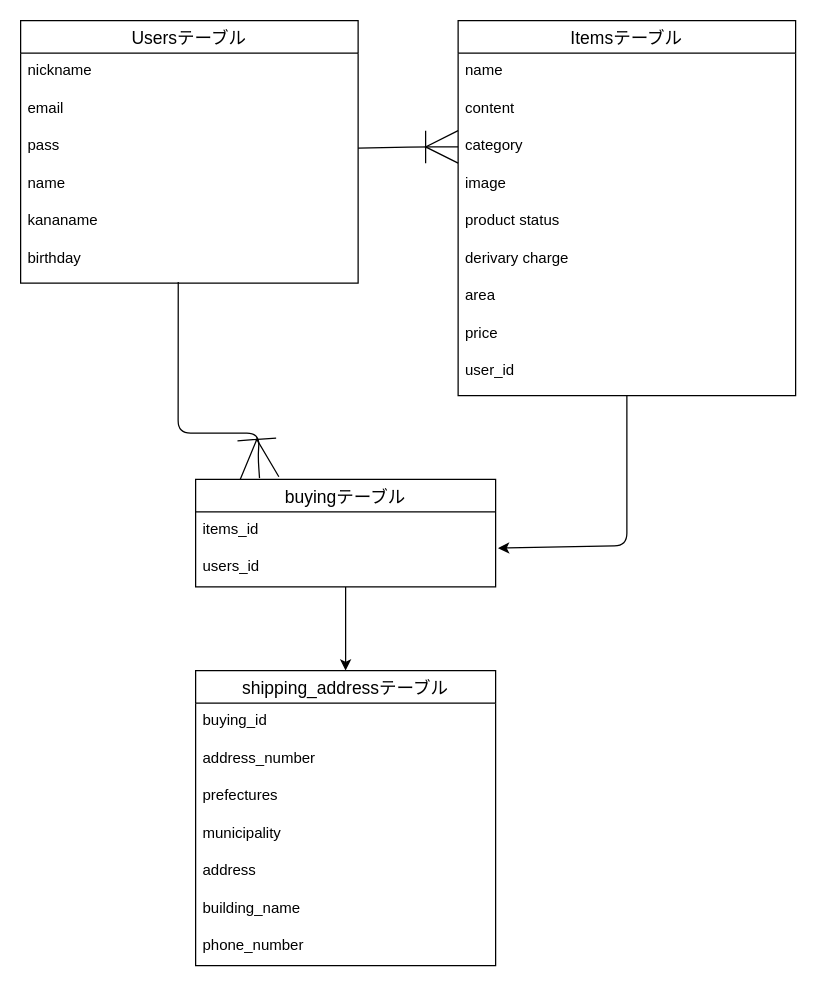
This is test.dio from yuukimatsuyama/furima-37943, a draw.io file, before an edit. Source tidied: cells renumbered, new cells numbered last; positions are measured from the earlier drawing's top-left corner, leaving out a move shared by most shapes. Both pictures are drawn from the tidied source at 125%, with x=0, y=0 at pixel (20, 20).
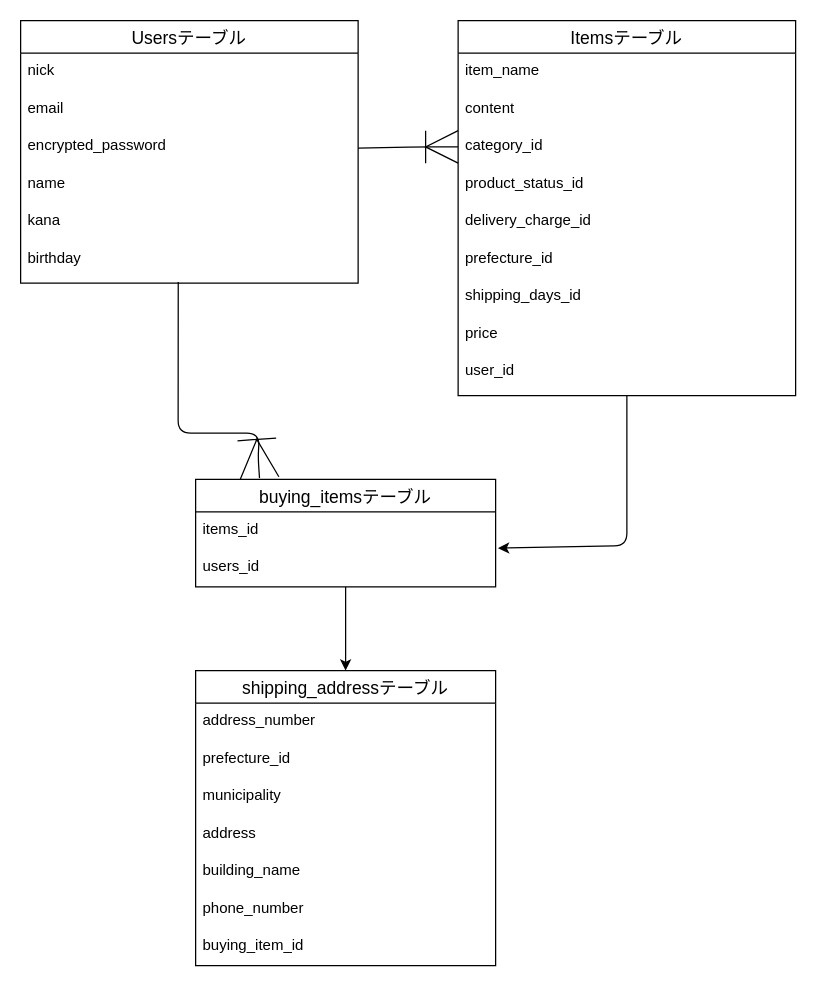
After the change.

Commit message (it also covers changes not shown here):
データベース設計(修正)

データベース設計の再提出

Unchanged cells that the change refers to:
```xml
<mxCell id="3" value="Usersテーブル" style="swimlane;fontStyle=0;horizontal=1;startSize=26;align=center;fontSize=14;" parent="1" vertex="1">
  <mxGeometry width="270" height="210" as="geometry" />
</mxCell>
<mxCell id="10" value="Itemsテーブル" style="swimlane;fontStyle=0;horizontal=1;startSize=26;align=center;fontSize=14;" parent="1" vertex="1">
  <mxGeometry x="350" width="270" height="300" as="geometry" />
</mxCell>
<mxCell id="25" value="shipping_addressテーブル" style="swimlane;fontStyle=0;horizontal=1;startSize=26;align=center;fontSize=14;" parent="1" vertex="1">
  <mxGeometry x="140" y="520" width="240" height="236" as="geometry" />
</mxCell>
```

What changed in the source:
```diff
@@
-    <mxCell id="4" value="nickname" style="text;strokeColor=none;fillColor=none;spacingLeft=4;spacingRight=4;overflow=hidden;fontSize=12;" parent="3" vertex="1">
+    <mxCell id="4" value="nick" style="text;strokeColor=none;fillColor=none;spacingLeft=4;spacingRight=4;overflow=hidden;fontSize=12;" parent="3" vertex="1">
       <mxGeometry y="26" width="270" height="30" as="geometry" />
     </mxCell>
@@
-    <mxCell id="6" value="pass" style="text;strokeColor=none;fillColor=none;spacingLeft=4;spacingRight=4;overflow=hidden;fontSize=12;" parent="3" vertex="1">
+    <mxCell id="6" value="encrypted_password" style="text;strokeColor=none;fillColor=none;spacingLeft=4;spacingRight=4;overflow=hidden;fontSize=12;" parent="3" vertex="1">
       <mxGeometry y="86" width="270" height="30" as="geometry" />
     </mxCell>
@@
-    <mxCell id="8" value="kananame" style="text;strokeColor=none;fillColor=none;spacingLeft=4;spacingRight=4;overflow=hidden;fontSize=12;" parent="3" vertex="1">
+    <mxCell id="8" value="kana" style="text;strokeColor=none;fillColor=none;spacingLeft=4;spacingRight=4;overflow=hidden;fontSize=12;" parent="3" vertex="1">
       <mxGeometry y="146" width="270" height="30" as="geometry" />
     </mxCell>
@@
-    <mxCell id="11" value="name" style="text;strokeColor=none;fillColor=none;spacingLeft=4;spacingRight=4;overflow=hidden;fontSize=12;" parent="10" vertex="1">
+    <mxCell id="11" value="item_name" style="text;strokeColor=none;fillColor=none;spacingLeft=4;spacingRight=4;overflow=hidden;fontSize=12;" parent="10" vertex="1">
       <mxGeometry y="26" width="270" height="30" as="geometry" />
     </mxCell>
@@
-    <mxCell id="13" value="category" style="text;strokeColor=none;fillColor=none;spacingLeft=4;spacingRight=4;overflow=hidden;points=[[0,0.5],[1,0.5]];portConstraint=eastwest;fontSize=12;" parent="10" vertex="1">
+    <mxCell id="13" value="category_id" style="text;strokeColor=none;fillColor=none;spacingLeft=4;spacingRight=4;overflow=hidden;points=[[0,0.5],[1,0.5]];portConstraint=eastwest;fontSize=12;" parent="10" vertex="1">
       <mxGeometry y="86" width="270" height="30" as="geometry" />
     </mxCell>
-    <mxCell id="14" value="image" style="text;strokeColor=none;fillColor=none;spacingLeft=4;spacingRight=4;overflow=hidden;fontSize=12;" parent="10" vertex="1">
-      <mxGeometry y="116" width="270" height="30" as="geometry" />
-    </mxCell>
-    <mxCell id="15" value="product status" style="text;strokeColor=none;fillColor=none;spacingLeft=4;spacingRight=4;overflow=hidden;fontSize=12;" parent="10" vertex="1">
-      <mxGeometry y="146" width="270" height="30" as="geometry" />
+    <mxCell id="15" value="product_status_id" style="text;strokeColor=none;fillColor=none;spacingLeft=4;spacingRight=4;overflow=hidden;fontSize=12;" parent="10" vertex="1">
+      <mxGeometry y="116" width="270" height="30" as="geometry" />
     </mxCell>
-    <mxCell id="16" value="derivary charge" style="text;strokeColor=none;fillColor=none;spacingLeft=4;spacingRight=4;overflow=hidden;fontSize=12;" parent="10" vertex="1">
-      <mxGeometry y="176" width="270" height="30" as="geometry" />
+    <mxCell id="16" value="delivery_charge_id" style="text;strokeColor=none;fillColor=none;spacingLeft=4;spacingRight=4;overflow=hidden;fontSize=12;" parent="10" vertex="1">
+      <mxGeometry y="146" width="270" height="30" as="geometry" />
     </mxCell>
-    <mxCell id="17" value="area" style="text;strokeColor=none;fillColor=none;spacingLeft=4;spacingRight=4;overflow=hidden;fontSize=12;" parent="10" vertex="1">
-      <mxGeometry y="206" width="270" height="30" as="geometry" />
+    <mxCell id="17" value="prefecture_id" style="text;strokeColor=none;fillColor=none;spacingLeft=4;spacingRight=4;overflow=hidden;fontSize=12;" parent="10" vertex="1">
+      <mxGeometry y="176" width="270" height="30" as="geometry" />
     </mxCell>
+    <mxCell id="34" value="shipping_days_id" style="text;strokeColor=none;fillColor=none;spacingLeft=4;spacingRight=4;overflow=hidden;fontSize=12;" parent="10" vertex="1">
+      <mxGeometry y="206" width="270" height="30" as="geometry" />
+    </mxCell>
@@
-    <mxCell id="20" value="buyingテーブル" style="swimlane;fontStyle=0;horizontal=1;startSize=26;align=center;fontSize=14;" parent="1" vertex="1">
+    <mxCell id="20" value="buying_itemsテーブル" style="swimlane;fontStyle=0;horizontal=1;startSize=26;align=center;fontSize=14;" parent="1" vertex="1">
       <mxGeometry x="140" y="367" width="240" height="86" as="geometry" />
     </mxCell>
@@
-    <mxCell id="26" value="buying_id" style="text;strokeColor=none;fillColor=none;spacingLeft=4;spacingRight=4;overflow=hidden;fontSize=12;" parent="25" vertex="1">
-      <mxGeometry y="26" width="240" height="30" as="geometry" />
-    </mxCell>
     <mxCell id="27" value="address_number" style="text;strokeColor=none;fillColor=none;spacingLeft=4;spacingRight=4;overflow=hidden;fontSize=12;" parent="25" vertex="1">
-      <mxGeometry y="56" width="240" height="30" as="geometry" />
+      <mxGeometry y="26" width="240" height="30" as="geometry" />
     </mxCell>
-    <mxCell id="28" value="prefectures" style="text;strokeColor=none;fillColor=none;spacingLeft=4;spacingRight=4;overflow=hidden;fontSize=12;" parent="25" vertex="1">
-      <mxGeometry y="86" width="240" height="30" as="geometry" />
+    <mxCell id="28" value="prefecture_id" style="text;strokeColor=none;fillColor=none;spacingLeft=4;spacingRight=4;overflow=hidden;fontSize=12;" parent="25" vertex="1">
+      <mxGeometry y="56" width="240" height="30" as="geometry" />
     </mxCell>
     <mxCell id="29" value="municipality" style="text;strokeColor=none;fillColor=none;spacingLeft=4;spacingRight=4;overflow=hidden;fontSize=12;" parent="25" vertex="1">
-      <mxGeometry y="116" width="240" height="30" as="geometry" />
+      <mxGeometry y="86" width="240" height="30" as="geometry" />
     </mxCell>
     <mxCell id="30" value="address" style="text;strokeColor=none;fillColor=none;spacingLeft=4;spacingRight=4;overflow=hidden;fontSize=12;" parent="25" vertex="1">
-      <mxGeometry y="146" width="240" height="30" as="geometry" />
+      <mxGeometry y="116" width="240" height="30" as="geometry" />
     </mxCell>
     <mxCell id="31" value="building_name" style="text;strokeColor=none;fillColor=none;spacingLeft=4;spacingRight=4;overflow=hidden;fontSize=12;" parent="25" vertex="1">
-      <mxGeometry y="176" width="240" height="30" as="geometry" />
+      <mxGeometry y="146" width="240" height="30" as="geometry" />
     </mxCell>
     <mxCell id="32" value="phone_number" style="text;strokeColor=none;fillColor=none;spacingLeft=4;spacingRight=4;overflow=hidden;fontSize=12;" parent="25" vertex="1">
-      <mxGeometry y="206" width="240" height="30" as="geometry" />
+      <mxGeometry y="176" width="240" height="30" as="geometry" />
     </mxCell>
+    <mxCell id="26" value="buying_item_id" style="text;strokeColor=none;fillColor=none;spacingLeft=4;spacingRight=4;overflow=hidden;fontSize=12;" parent="25" vertex="1">
+      <mxGeometry y="206" width="240" height="30" as="geometry" />
+    </mxCell>
```
